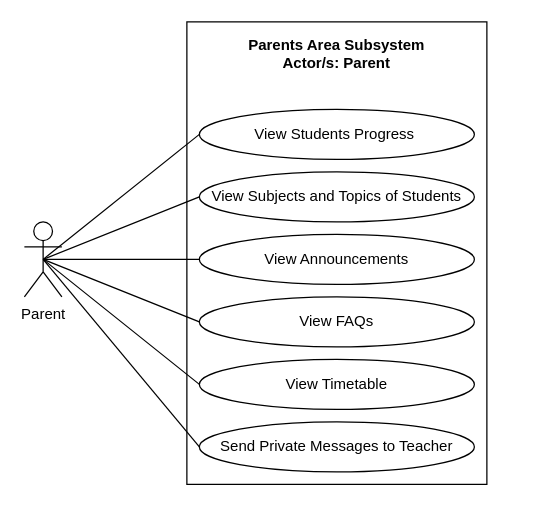
This is page "PARENTS AREA" (3 of 7) of REVISIONS/UML-DIAGRAMS/Diagrams 5-29-2021/Diagram.drawio from mrklglsn/CAPSTONE-FILES, a draw.io file, before an edit. Source tidied: cells renumbered, new cells numbered last; positions are measured from the earlier drawing's top-left corner, leaving out a move shared by most shapes. Both pictures are drawn from the tidied source at 125%, with x=0, y=0 at pixel (24, 21).
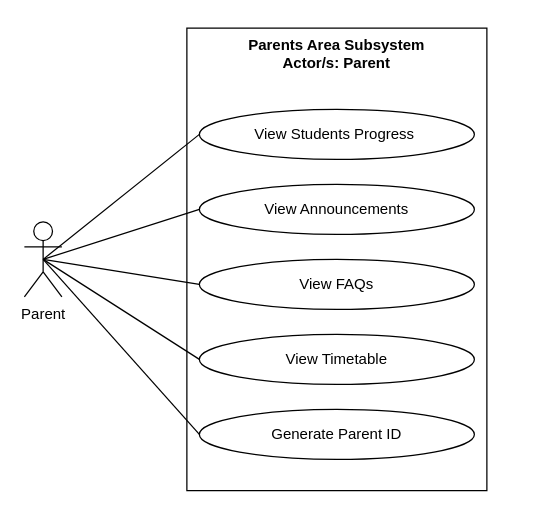
Above is the later version.

The edit, as a diff of the source:
```diff
@@
 <mxGraphModel>
   <root>
     <mxCell id="0" />
     <mxCell id="1" parent="0" />
     <mxCell id="2" style="html=1;fillColor=none;" parent="1" vertex="1">
-      <mxGeometry x="130" width="240" height="370" as="geometry" />
+      <mxGeometry x="130" y="5" width="240" height="370" as="geometry" />
     </mxCell>
     <mxCell id="3" style="edgeStyle=none;rounded=0;jumpStyle=arc;jumpSize=14;jettySize=auto;html=1;exitX=0.5;exitY=0.5;exitDx=0;exitDy=0;exitPerimeter=0;entryX=0;entryY=0.5;entryDx=0;entryDy=0;startArrow=none;startFill=0;endArrow=none;endFill=0;startSize=11;endSize=11;" parent="1" edge="1" source="9" target="11">
       <mxGeometry relative="1" as="geometry" />
     </mxCell>
     <mxCell id="4" style="edgeStyle=none;rounded=0;jumpStyle=arc;jumpSize=14;jettySize=auto;html=1;exitX=0.5;exitY=0.5;exitDx=0;exitDy=0;exitPerimeter=0;entryX=0;entryY=0.5;entryDx=0;entryDy=0;endArrow=none;endFill=0;startSize=9;endSize=11;" parent="1" edge="1" source="9" target="12">
       <mxGeometry relative="1" as="geometry" />
     </mxCell>
     <mxCell id="5" style="edgeStyle=none;rounded=0;jumpStyle=arc;jumpSize=14;jettySize=auto;html=1;exitX=0.5;exitY=0.5;exitDx=0;exitDy=0;exitPerimeter=0;entryX=0;entryY=0.5;entryDx=0;entryDy=0;endArrow=none;endFill=0;startSize=9;endSize=11;" parent="1" edge="1" source="9" target="13">
       <mxGeometry relative="1" as="geometry" />
     </mxCell>
     <mxCell id="6" style="edgeStyle=none;rounded=0;jumpStyle=arc;jumpSize=14;jettySize=auto;html=1;exitX=0.5;exitY=0.5;exitDx=0;exitDy=0;exitPerimeter=0;entryX=0;entryY=0.5;entryDx=0;entryDy=0;endArrow=none;endFill=0;startSize=9;endSize=11;" parent="1" edge="1" source="9" target="14">
       <mxGeometry relative="1" as="geometry" />
     </mxCell>
-    <mxCell id="7" style="rounded=0;jettySize=auto;html=1;exitX=0.5;exitY=0.5;exitDx=0;exitDy=0;exitPerimeter=0;entryX=0;entryY=0.5;entryDx=0;entryDy=0;endArrow=none;endFill=0;" parent="1" edge="1" source="9" target="15">
-      <mxGeometry relative="1" as="geometry" />
-    </mxCell>
-    <mxCell id="8" style="edgeStyle=none;rounded=0;jettySize=auto;html=1;exitX=0.5;exitY=0.5;exitDx=0;exitDy=0;exitPerimeter=0;entryX=0;entryY=0.5;entryDx=0;entryDy=0;endArrow=none;endFill=0;" parent="1" edge="1" source="9" target="16">
-      <mxGeometry relative="1" as="geometry" />
-    </mxCell>
+    <mxCell id="17" style="edgeStyle=none;rounded=0;jettySize=auto;html=1;exitX=0.5;exitY=0.5;exitDx=0;exitDy=0;exitPerimeter=0;entryX=0;entryY=0.5;entryDx=0;entryDy=0;endArrow=none;endFill=0;endSize=8;" parent="1" edge="1" source="9" target="18">
+      <mxGeometry relative="1" as="geometry" />
+    </mxCell>
     <mxCell id="9" value="Parent" style="shape=umlActor;verticalLabelPosition=bottom;verticalAlign=top;html=1;fillColor=none;" parent="1" vertex="1">
       <mxGeometry y="160" width="30" height="60" as="geometry" />
     </mxCell>
     <mxCell id="10" value="Parents Area Subsystem&#10;Actor/s: Parent" style="text;align=center;fontStyle=1;verticalAlign=middle;spacingLeft=3;spacingRight=3;strokeColor=none;fillColor=none;" parent="1" vertex="1">
       <mxGeometry x="90" y="10" width="320" height="30" as="geometry" />
     </mxCell>
     <mxCell id="11" value="View Students Progress&amp;nbsp;" style="ellipse;whiteSpace=wrap;html=1;fillColor=none;" parent="1" vertex="1">
       <mxGeometry x="140" y="70" width="220" height="40" as="geometry" />
     </mxCell>
     <mxCell id="12" value="View Announcements" style="ellipse;whiteSpace=wrap;html=1;fillColor=none;" parent="1" vertex="1">
-      <mxGeometry x="140" y="170" width="220" height="40" as="geometry" />
+      <mxGeometry x="140" y="130" width="220" height="40" as="geometry" />
     </mxCell>
     <mxCell id="13" value="View FAQs" style="ellipse;whiteSpace=wrap;html=1;fillColor=none;" parent="1" vertex="1">
-      <mxGeometry x="140" y="220" width="220" height="40" as="geometry" />
+      <mxGeometry x="140" y="190" width="220" height="40" as="geometry" />
     </mxCell>
     <mxCell id="14" value="View Timetable" style="ellipse;whiteSpace=wrap;html=1;fillColor=none;" parent="1" vertex="1">
-      <mxGeometry x="140" y="270" width="220" height="40" as="geometry" />
+      <mxGeometry x="140" y="250" width="220" height="40" as="geometry" />
     </mxCell>
-    <mxCell id="15" value="Send Private Messages to Teacher" style="ellipse;whiteSpace=wrap;html=1;fillColor=none;" parent="1" vertex="1">
-      <mxGeometry x="140" y="320" width="220" height="40" as="geometry" />
-    </mxCell>
-    <mxCell id="16" value="View Subjects and Topics of Students" style="ellipse;whiteSpace=wrap;html=1;fillColor=none;" parent="1" vertex="1">
-      <mxGeometry x="140" y="120" width="220" height="40" as="geometry" />
-    </mxCell>
+    <mxCell id="18" value="Generate Parent ID" style="ellipse;whiteSpace=wrap;html=1;fillColor=none;" parent="1" vertex="1">
+      <mxGeometry x="140" y="310" width="220" height="40" as="geometry" />
+    </mxCell>
   </root>
 </mxGraphModel>
```
